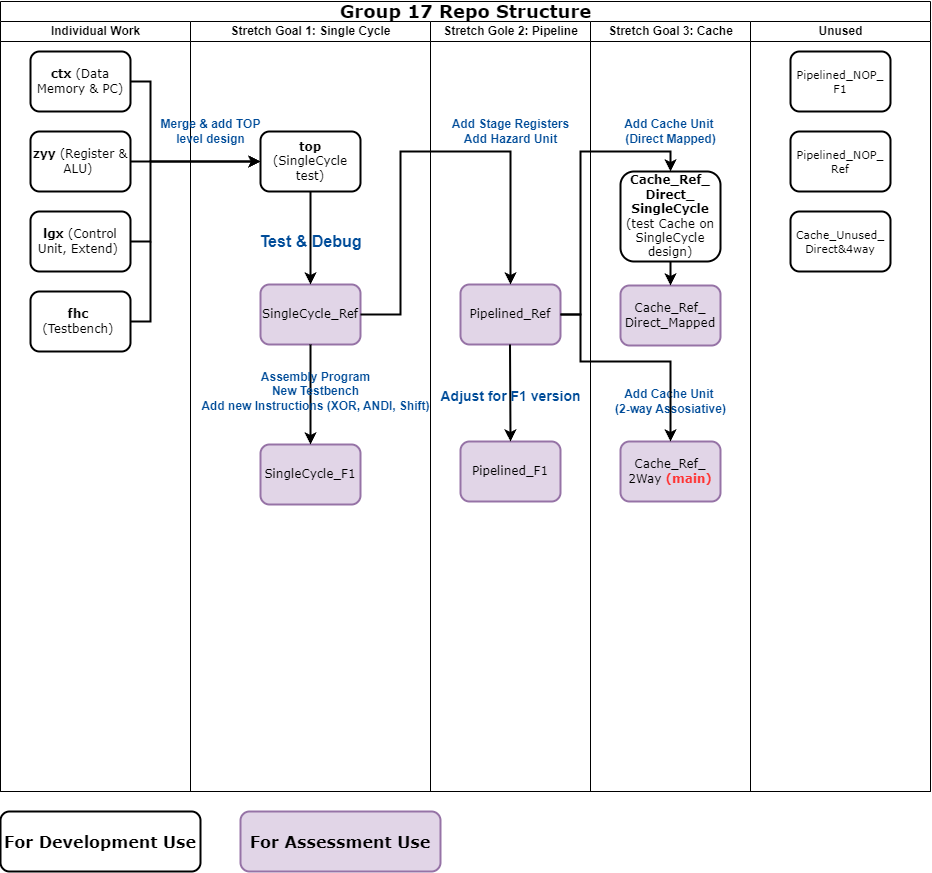
Earlier version of the draw.io export Images/Repo Structure.png (franfafdaf/IAC_23autumn_Group17-Coursework). Source tidied: cells renumbered, new cells last; positions are measured from the earlier drawing's top-left corner, leaving out a move shared by most shapes.
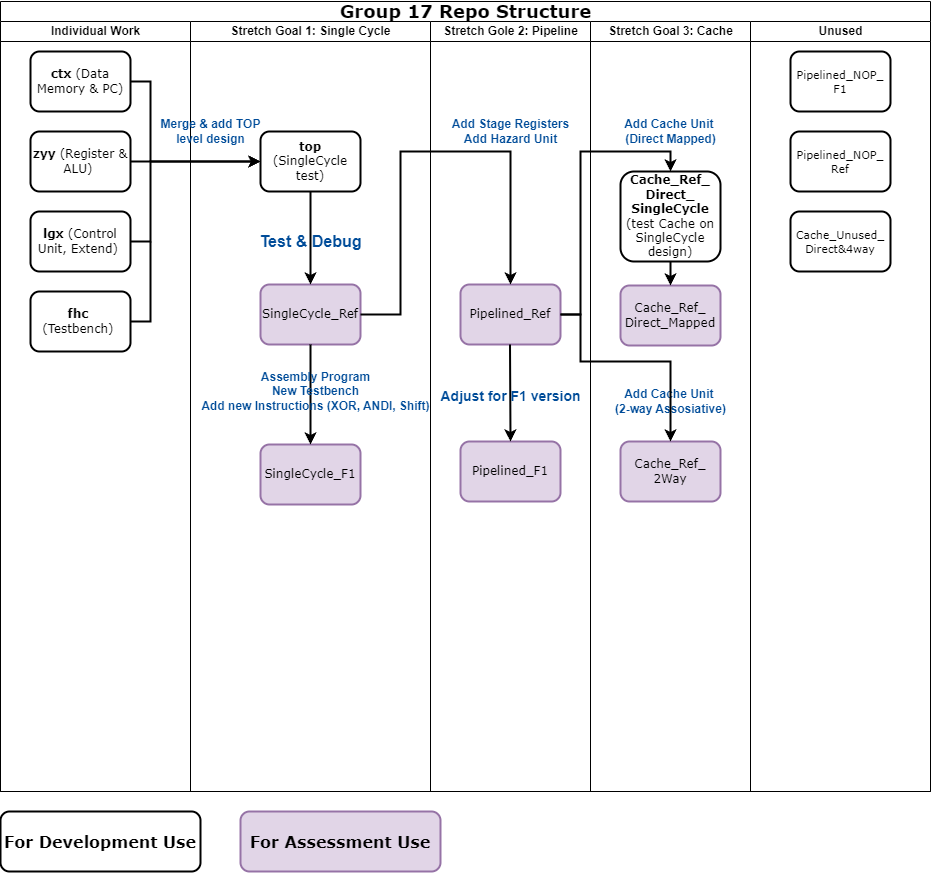
The same file after the commit.

The edit, as a diff of the source:
```diff
@@ -101,7 +101,7 @@
     <mxCell id="27" value="&lt;font style=&quot;font-size: 12px;&quot;&gt;Cache_Ref_&lt;br&gt;Direct_Mapped&lt;/font&gt;" style="rounded=1;whiteSpace=wrap;html=1;shadow=0;labelBackgroundColor=none;strokeWidth=2;fontFamily=Verdana;fontSize=8;align=center;fillColor=#e1d5e7;strokeColor=#9673a6;" parent="26" vertex="1">
       <mxGeometry x="30" y="264" width="100" height="60" as="geometry" />
     </mxCell>
-    <mxCell id="28" value="&lt;font style=&quot;font-size: 12px;&quot;&gt;Cache_Ref_&lt;br&gt;2Way &lt;b&gt;&lt;font color=&quot;#ff3333&quot;&gt;(main)&lt;/font&gt;&lt;/b&gt;&lt;/font&gt;" style="rounded=1;whiteSpace=wrap;html=1;shadow=0;labelBackgroundColor=none;strokeWidth=2;fontFamily=Verdana;fontSize=8;align=center;fillColor=#e1d5e7;strokeColor=#9673a6;" parent="26" vertex="1">
+    <mxCell id="28" value="&lt;font style=&quot;font-size: 12px;&quot;&gt;Cache_Ref_&lt;br&gt;2Way&lt;/font&gt;" style="rounded=1;whiteSpace=wrap;html=1;shadow=0;labelBackgroundColor=none;strokeWidth=2;fontFamily=Verdana;fontSize=8;align=center;fillColor=#e1d5e7;strokeColor=#9673a6;" parent="26" vertex="1">
       <mxGeometry x="30" y="420" width="100" height="60" as="geometry" />
     </mxCell>
     <mxCell id="29" value="&lt;font style=&quot;font-size: 12px;&quot;&gt;&lt;b&gt;Cache_Ref_&lt;br&gt;Direct_&lt;br&gt;SingleCycle&lt;br&gt;&lt;/b&gt;(test Cache on SingleCycle design)&lt;/font&gt;" style="rounded=1;whiteSpace=wrap;html=1;shadow=0;labelBackgroundColor=none;strokeWidth=2;fontFamily=Verdana;fontSize=8;align=center;" parent="26" vertex="1">
```
